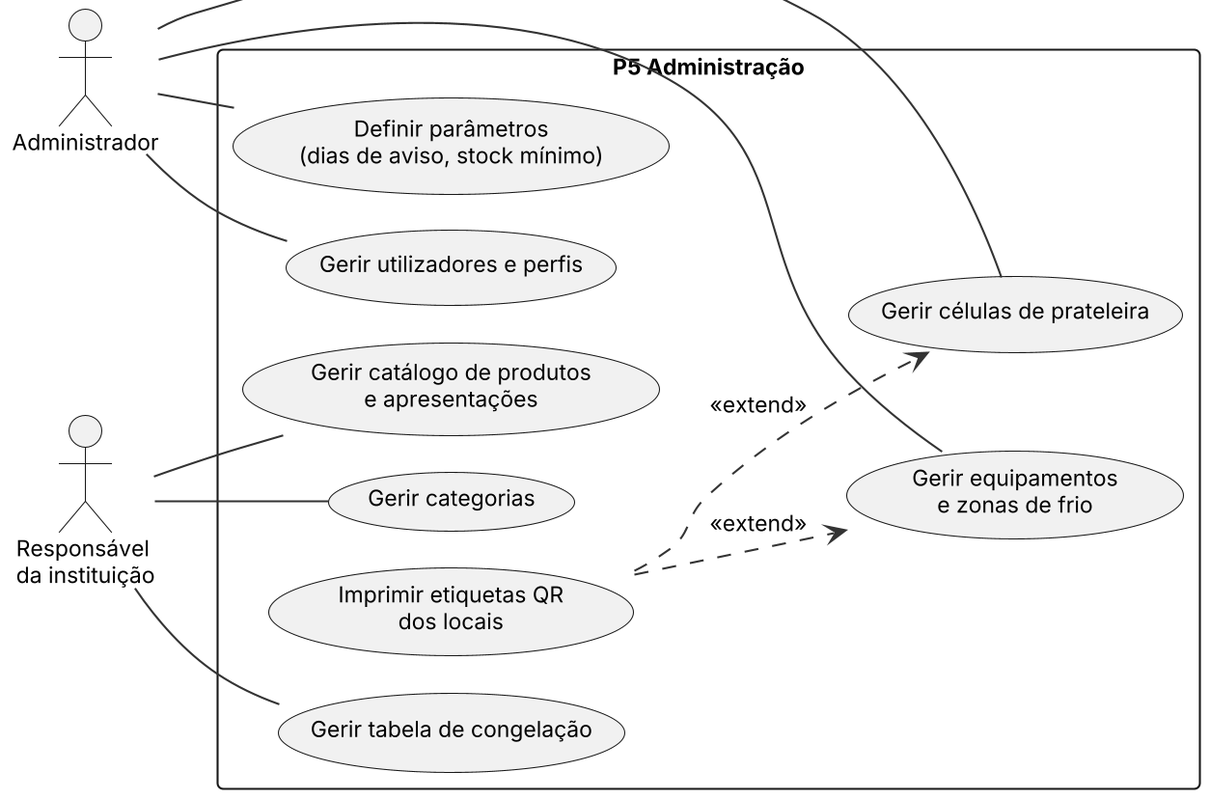
This is Docs/diagramas/uc_administracao.png from Miguel31028/GASC, a PlantUML export, as it was before one commit.
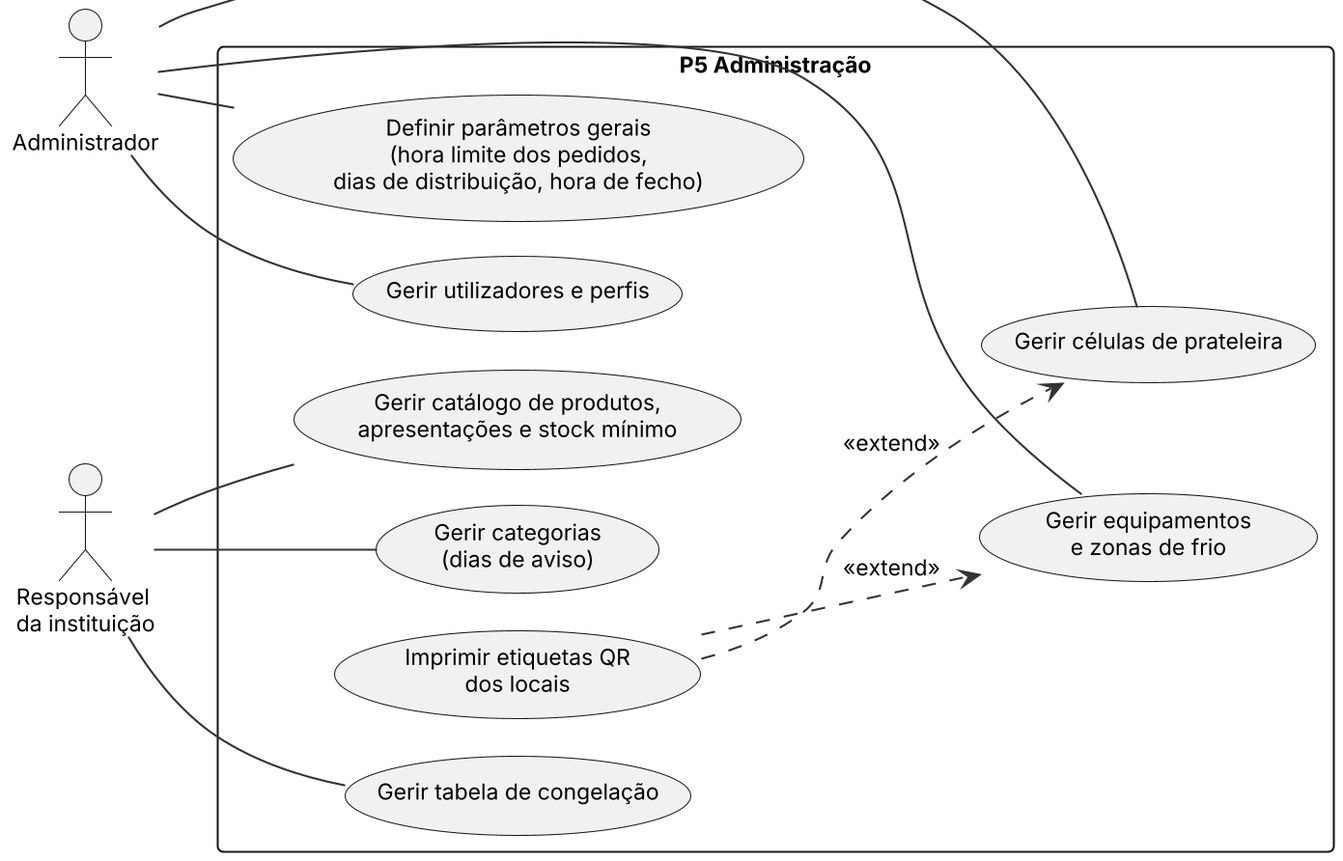
After the change.

Change to the diagram source:
```diff
@@ -5,13 +5,13 @@
 actor "Responsável\nda instituição" as RESP
 rectangle "P5 Administração" {
   usecase "Gerir utilizadores e perfis" as G1
-  usecase "Gerir categorias" as G2
+  usecase "Gerir categorias\n(dias de aviso)" as G2
   usecase "Gerir tabela de congelação" as G2b
-  usecase "Gerir catálogo de produtos\ne apresentações" as G3
+  usecase "Gerir catálogo de produtos,\napresentações e stock mínimo" as G3
   usecase "Gerir células de prateleira" as G4
   usecase "Gerir equipamentos\ne zonas de frio" as G5
   usecase "Imprimir etiquetas QR\ndos locais" as G7
-  usecase "Definir parâmetros\n(dias de aviso, stock mínimo)" as G6
+  usecase "Definir parâmetros gerais\n(hora limite dos pedidos,\ndias de distribuição, hora de fecho)" as G6
 }
 ADM -- G1
 ADM -- G4
```
